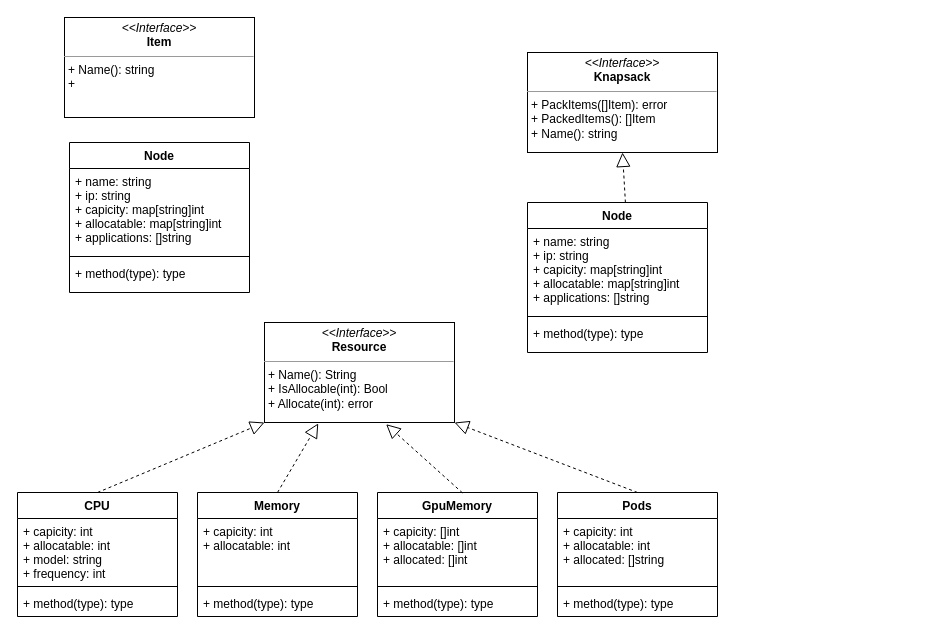
This is page "Page-1" (1 of 2) of OptimalCompositeDeploy.drawio from Mr-lixh/diagrams, a draw.io file, before an edit. Source tidied: cells renumbered, new cells numbered last; positions are measured from the earlier drawing's top-left corner, leaving out a move shared by most shapes. Both pictures are drawn from the tidied source at 100%, with x=0, y=0 at pixel (17, 17).
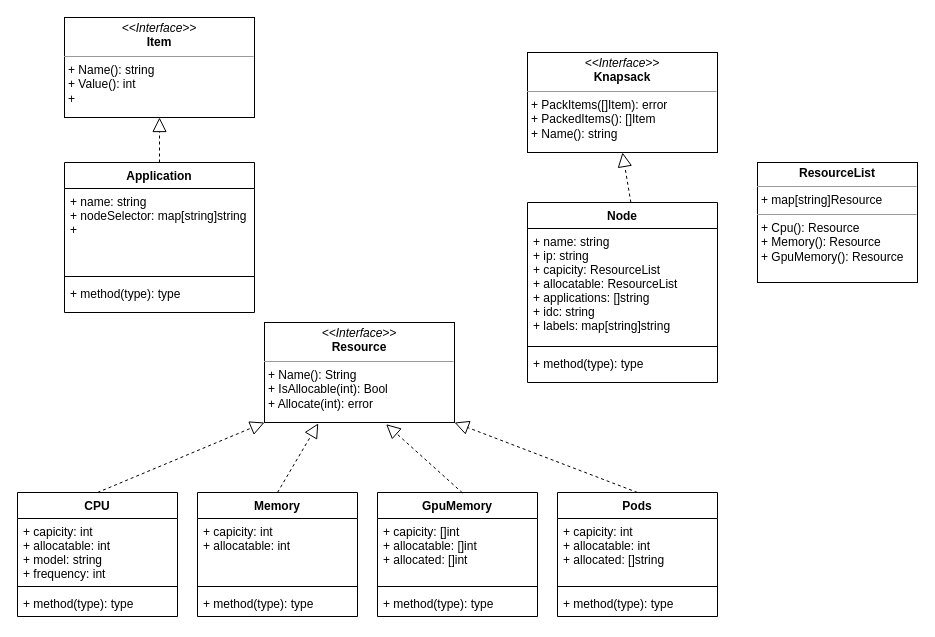
Above is the later version.

What changed in the source:
```diff
@@
     <mxCell id="24" value="Node" style="swimlane;fontStyle=1;align=center;verticalAlign=top;horizontal=1;startSize=26;" parent="1" vertex="1">
-      <mxGeometry x="510" y="185" width="180" height="150" as="geometry" />
+      <mxGeometry x="510" y="185" width="190" height="180" as="geometry" />
     </mxCell>
-    <mxCell id="25" value="+ name: string&#10;+ ip: string&#10;+ capicity: map[string]int&#10;+ allocatable: map[string]int&#10;+ applications: []string" style="text;strokeColor=none;fillColor=none;align=left;verticalAlign=top;spacingLeft=4;spacingRight=4;overflow=hidden;" parent="24" vertex="1">
-      <mxGeometry y="26" width="180" height="84" as="geometry" />
+    <mxCell id="25" value="+ name: string&#10;+ ip: string&#10;+ capicity: ResourceList&#10;+ allocatable: ResourceList&#10;+ applications: []string&#10;+ idc: string&#10;+ labels: map[string]string" style="text;strokeColor=none;fillColor=none;align=left;verticalAlign=top;spacingLeft=4;spacingRight=4;overflow=hidden;" parent="24" vertex="1">
+      <mxGeometry y="26" width="190" height="114" as="geometry" />
     </mxCell>
     <mxCell id="26" style="line;strokeWidth=1;fillColor=none;align=left;verticalAlign=middle;spacingTop=-1;spacingLeft=3;spacingRight=3;labelPosition=right;" parent="24" vertex="1">
-      <mxGeometry y="110" width="180" height="8" as="geometry" />
+      <mxGeometry y="140" width="190" height="8" as="geometry" />
     </mxCell>
     <mxCell id="27" value="+ method(type): type" style="text;strokeColor=none;fillColor=none;align=left;verticalAlign=top;spacingLeft=4;spacingRight=4;overflow=hidden;" parent="24" vertex="1">
-      <mxGeometry y="118" width="180" height="32" as="geometry" />
+      <mxGeometry y="148" width="190" height="32" as="geometry" />
     </mxCell>
@@
-    <mxCell id="29" value="&lt;p style=&quot;margin: 0px ; margin-top: 4px ; text-align: center&quot;&gt;&lt;i&gt;&amp;lt;&amp;lt;Interface&amp;gt;&amp;gt;&lt;/i&gt;&lt;br&gt;&lt;b&gt;Item&lt;/b&gt;&lt;/p&gt;&lt;hr size=&quot;1&quot;&gt;&lt;p style=&quot;margin: 0px ; margin-left: 4px&quot;&gt;+ Name(): string&lt;br&gt;&lt;/p&gt;&lt;p style=&quot;margin: 0px ; margin-left: 4px&quot;&gt;+&amp;nbsp;&lt;/p&gt;" style="verticalAlign=top;align=left;overflow=fill;fontSize=12;fontFamily=Helvetica;html=1;" parent="1" vertex="1">
+    <mxCell id="29" value="&lt;p style=&quot;margin: 0px ; margin-top: 4px ; text-align: center&quot;&gt;&lt;i&gt;&amp;lt;&amp;lt;Interface&amp;gt;&amp;gt;&lt;/i&gt;&lt;br&gt;&lt;b&gt;Item&lt;/b&gt;&lt;/p&gt;&lt;hr size=&quot;1&quot;&gt;&lt;p style=&quot;margin: 0px ; margin-left: 4px&quot;&gt;+ Name(): string&lt;br&gt;&lt;/p&gt;&lt;p style=&quot;margin: 0px ; margin-left: 4px&quot;&gt;+ Value(): int&lt;/p&gt;&lt;p style=&quot;margin: 0px ; margin-left: 4px&quot;&gt;+&amp;nbsp;&lt;/p&gt;" style="verticalAlign=top;align=left;overflow=fill;fontSize=12;fontFamily=Helvetica;html=1;" parent="1" vertex="1">
       <mxGeometry x="47" width="190" height="100" as="geometry" />
     </mxCell>
-    <mxCell id="30" value="Node" style="swimlane;fontStyle=1;align=center;verticalAlign=top;horizontal=1;startSize=26;" parent="1" vertex="1">
-      <mxGeometry x="52" y="125" width="180" height="150" as="geometry" />
+    <mxCell id="30" value="Application" style="swimlane;fontStyle=1;align=center;verticalAlign=top;horizontal=1;startSize=26;" parent="1" vertex="1">
+      <mxGeometry x="47" y="145" width="190" height="150" as="geometry" />
     </mxCell>
-    <mxCell id="31" value="+ name: string&#10;+ ip: string&#10;+ capicity: map[string]int&#10;+ allocatable: map[string]int&#10;+ applications: []string" style="text;strokeColor=none;fillColor=none;align=left;verticalAlign=top;spacingLeft=4;spacingRight=4;overflow=hidden;" parent="30" vertex="1">
-      <mxGeometry y="26" width="180" height="84" as="geometry" />
+    <mxCell id="31" value="+ name: string&#10;+ nodeSelector: map[string]string&#10;+ " style="text;strokeColor=none;fillColor=none;align=left;verticalAlign=top;spacingLeft=4;spacingRight=4;overflow=hidden;" parent="30" vertex="1">
+      <mxGeometry y="26" width="190" height="84" as="geometry" />
     </mxCell>
     <mxCell id="32" style="line;strokeWidth=1;fillColor=none;align=left;verticalAlign=middle;spacingTop=-1;spacingLeft=3;spacingRight=3;labelPosition=right;" parent="30" vertex="1">
-      <mxGeometry y="110" width="180" height="8" as="geometry" />
+      <mxGeometry y="110" width="190" height="8" as="geometry" />
     </mxCell>
     <mxCell id="33" value="+ method(type): type" style="text;strokeColor=none;fillColor=none;align=left;verticalAlign=top;spacingLeft=4;spacingRight=4;overflow=hidden;" parent="30" vertex="1">
-      <mxGeometry y="118" width="180" height="32" as="geometry" />
+      <mxGeometry y="118" width="190" height="32" as="geometry" />
     </mxCell>
+    <mxCell id="34" style="endArrow=block;dashed=1;endFill=0;endSize=12;html=1;rounded=0;entryX=0.5;entryY=1;entryDx=0;entryDy=0;exitX=0.5;exitY=0;exitDx=0;exitDy=0;" parent="1" edge="1" source="30" target="29">
+      <mxGeometry relative="1" as="geometry" />
+    </mxCell>
+    <mxCell id="35" value="&lt;p style=&quot;margin: 0px ; margin-top: 4px ; text-align: center&quot;&gt;&lt;b&gt;ResourceList&lt;/b&gt;&lt;/p&gt;&lt;hr size=&quot;1&quot;&gt;&lt;p style=&quot;margin: 0px ; margin-left: 4px&quot;&gt;+ map[string]Resource&lt;/p&gt;&lt;hr size=&quot;1&quot;&gt;&lt;p style=&quot;margin: 0px ; margin-left: 4px&quot;&gt;+ Cpu(): Resource&lt;/p&gt;&lt;p style=&quot;margin: 0px ; margin-left: 4px&quot;&gt;+ Memory(): Resource&lt;/p&gt;&lt;p style=&quot;margin: 0px ; margin-left: 4px&quot;&gt;+ GpuMemory(): Resource&lt;/p&gt;" style="verticalAlign=top;align=left;overflow=fill;fontSize=12;fontFamily=Helvetica;html=1;" parent="1" vertex="1">
+      <mxGeometry x="740" y="145" width="160" height="120" as="geometry" />
+    </mxCell>
```
